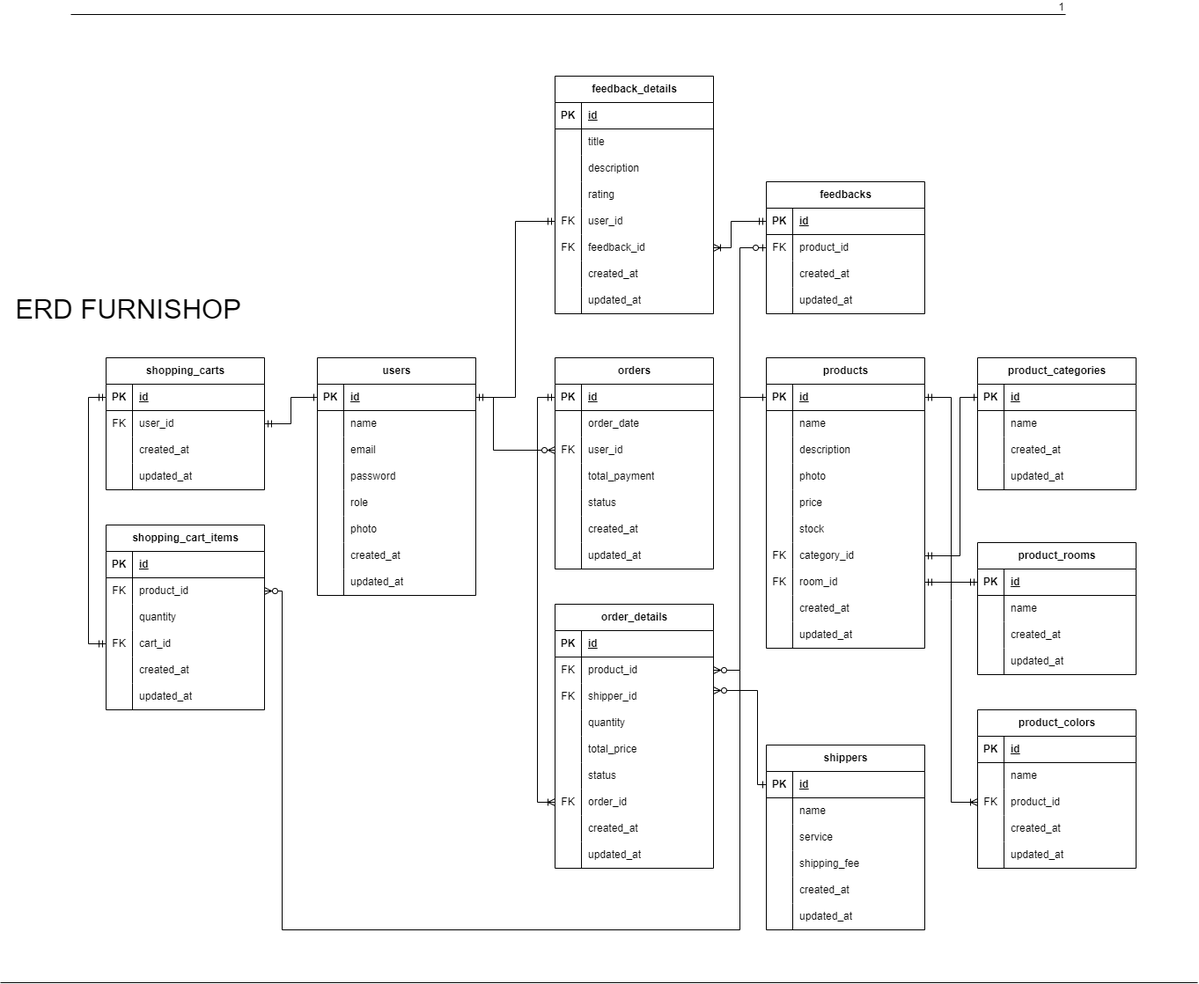
This is server/asset/Erd-Furnishop.png from ikhsanapriliano/furnishop, a draw.io export, as it was before one commit. Source tidied: cells renumbered, new cells last; positions are measured from the earlier drawing's top-left corner, leaving out a move shared by most shapes.
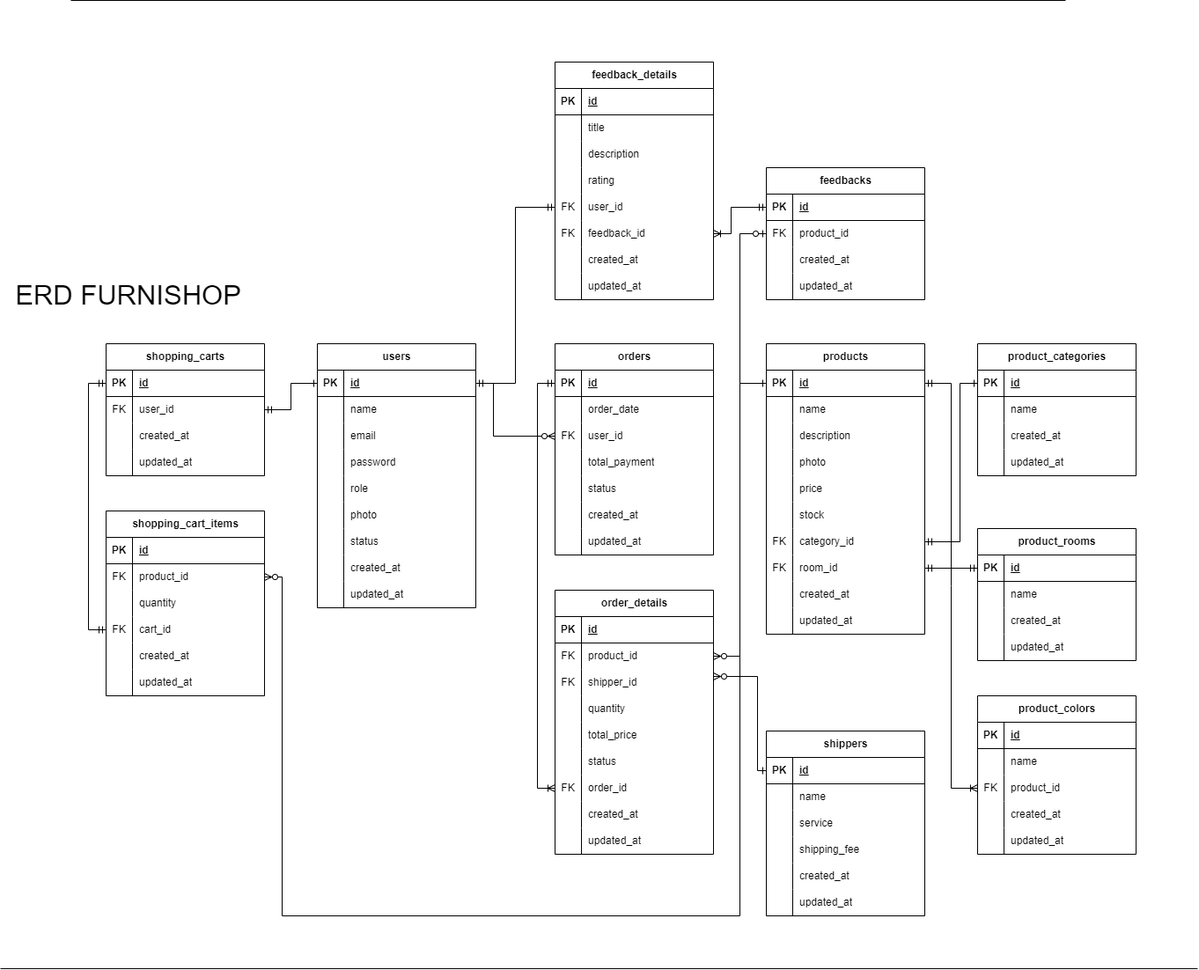
The same file after the commit.

What changed in the source:
```diff
@@ -3,7 +3,7 @@
     <mxCell id="0" />
     <mxCell id="1" parent="0" />
     <mxCell id="2" value="users" style="shape=table;startSize=30;rowLines=0;fontStyle=1;align=center;html=1;" parent="1" vertex="1">
-      <mxGeometry x="360" y="390" width="180" height="270" as="geometry" />
+      <mxGeometry x="360" y="390" width="180" height="300" as="geometry" />
     </mxCell>
     <mxCell id="3" style="shape=tableRow;horizontal=0;startSize=0;swimlaneHead=0;swimlaneBody=0;fillColor=none;points=[[0,0.5],[1,0.5]];portConstraint=eastwest;top=0;left=0;right=0;bottom=1;" parent="2" vertex="1">
       <mxGeometry y="30" width="180" height="30" as="geometry" />
@@ -59,8 +59,17 @@
     <mxCell id="20" value="photo" style="shape=partialRectangle;fillColor=none;top=0;left=0;bottom=0;right=0;align=left;spacingLeft=6;overflow=hidden;whiteSpace=wrap;html=1;" parent="18" vertex="1">
       <mxGeometry x="30" width="150" height="30" as="geometry" />
     </mxCell>
+    <mxCell id="256" style="shape=tableRow;horizontal=0;startSize=0;swimlaneHead=0;swimlaneBody=0;fillColor=none;top=0;left=0;right=0;bottom=0;" parent="2" vertex="1">
+      <mxGeometry y="210" width="180" height="30" as="geometry" />
+    </mxCell>
+    <mxCell id="257" style="shape=partialRectangle;fillColor=none;top=0;left=0;bottom=0;right=0;overflow=hidden;whiteSpace=wrap;html=1;" parent="256" vertex="1">
+      <mxGeometry width="30" height="30" as="geometry" />
+    </mxCell>
+    <mxCell id="258" value="status" style="shape=partialRectangle;fillColor=none;top=0;left=0;bottom=0;right=0;align=left;spacingLeft=6;overflow=hidden;whiteSpace=wrap;html=1;" parent="256" vertex="1">
+      <mxGeometry x="30" width="150" height="30" as="geometry" />
+    </mxCell>
     <mxCell id="21" style="shape=tableRow;horizontal=0;startSize=0;swimlaneHead=0;swimlaneBody=0;fillColor=none;top=0;left=0;right=0;bottom=0;" parent="2" vertex="1">
-      <mxGeometry y="210" width="180" height="30" as="geometry" />
+      <mxGeometry y="240" width="180" height="30" as="geometry" />
     </mxCell>
     <mxCell id="22" style="shape=partialRectangle;fillColor=none;top=0;left=0;bottom=0;right=0;overflow=hidden;whiteSpace=wrap;html=1;" parent="21" vertex="1">
       <mxGeometry width="30" height="30" as="geometry" />
@@ -69,7 +78,7 @@
       <mxGeometry x="30" width="150" height="30" as="geometry" />
     </mxCell>
     <mxCell id="24" style="shape=tableRow;horizontal=0;startSize=0;swimlaneHead=0;swimlaneBody=0;fillColor=none;top=0;left=0;right=0;bottom=0;" parent="2" vertex="1">
-      <mxGeometry y="240" width="180" height="30" as="geometry" />
+      <mxGeometry y="270" width="180" height="30" as="geometry" />
     </mxCell>
     <mxCell id="25" style="shape=partialRectangle;fillColor=none;top=0;left=0;bottom=0;right=0;overflow=hidden;whiteSpace=wrap;html=1;" parent="24" vertex="1">
       <mxGeometry width="30" height="30" as="geometry" />
@@ -815,7 +824,7 @@
         <mxPoint x="1210" as="targetPoint" />
       </mxGeometry>
     </mxCell>
-    <mxCell id="255" value="1" style="html=1;whiteSpace=wrap;align=right;verticalAlign=bottom;" parent="254" vertex="1">
+    <mxCell id="255" style="html=1;whiteSpace=wrap;align=right;verticalAlign=bottom;" parent="254" vertex="1">
       <mxGeometry x="1" relative="1" as="geometry" />
     </mxCell>
   </root>
```
